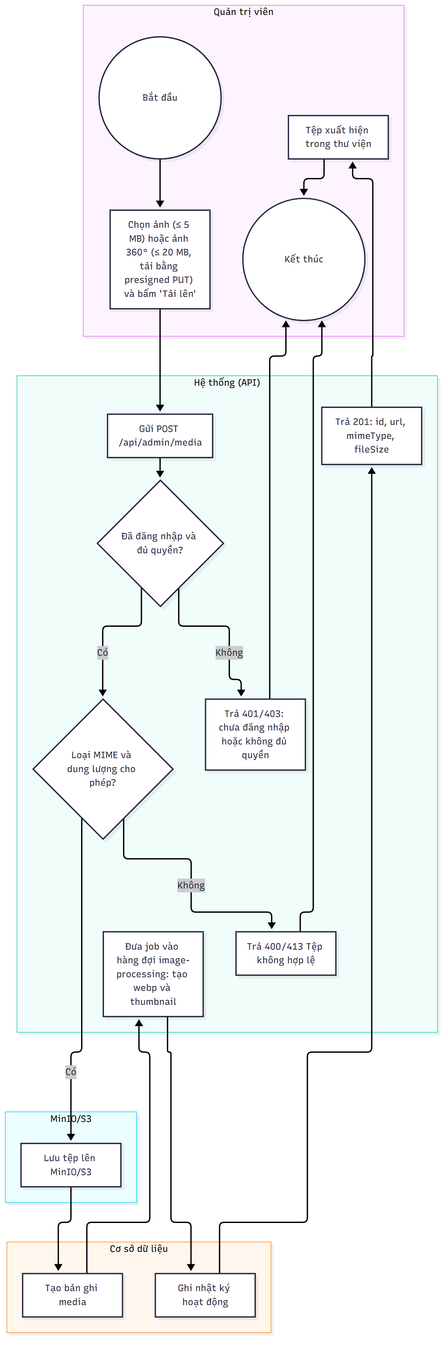
2431540234-arch/XDUDTMDT keeps this Mermaid diagram as docs/diagrams/png/activity_UC-ADM-04_quan-ly-media-anh-tep.png. Above is the earlier version. Its source is kept beside it as docs/diagrams/src/activity_UC-ADM-04_quan-ly-media-anh-tep.mmd.
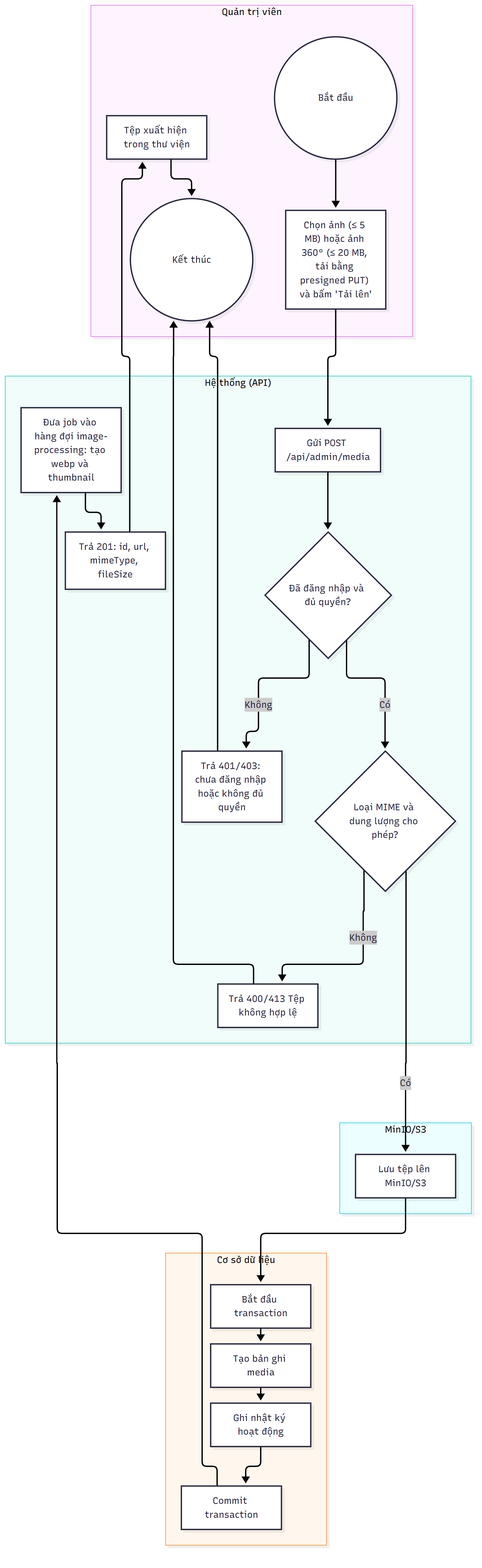
The same diagram one commit later.

What changed in the source:
```diff
@@ -15,8 +15,10 @@
         n12["Trả 201: id, url, mimeType, fileSize"]
     end
     subgraph LANE_D["Cơ sở dữ liệu"]
+        n15["Bắt đầu transaction"]
         n9["Tạo bản ghi media"]
         n11["Ghi nhật ký hoạt động"]
+        n16["Commit transaction"]
     end
     subgraph LANE_X["MinIO/S3"]
         n8["Lưu tệp lên MinIO/S3"]
@@ -28,10 +30,12 @@
     n4 -->|"Có"| n6
     n6 -->|"Không"| n7
     n6 -->|"Có"| n8
-    n8 --> n9
-    n9 --> n10
-    n10 --> n11
-    n11 --> n12
+    n8 --> n15
+    n15 --> n9
+    n9 --> n11
+    n11 --> n16
+    n16 --> n10
+    n10 --> n12
     n12 --> n13
     n13 --> n14
     n5 --> n14
```
